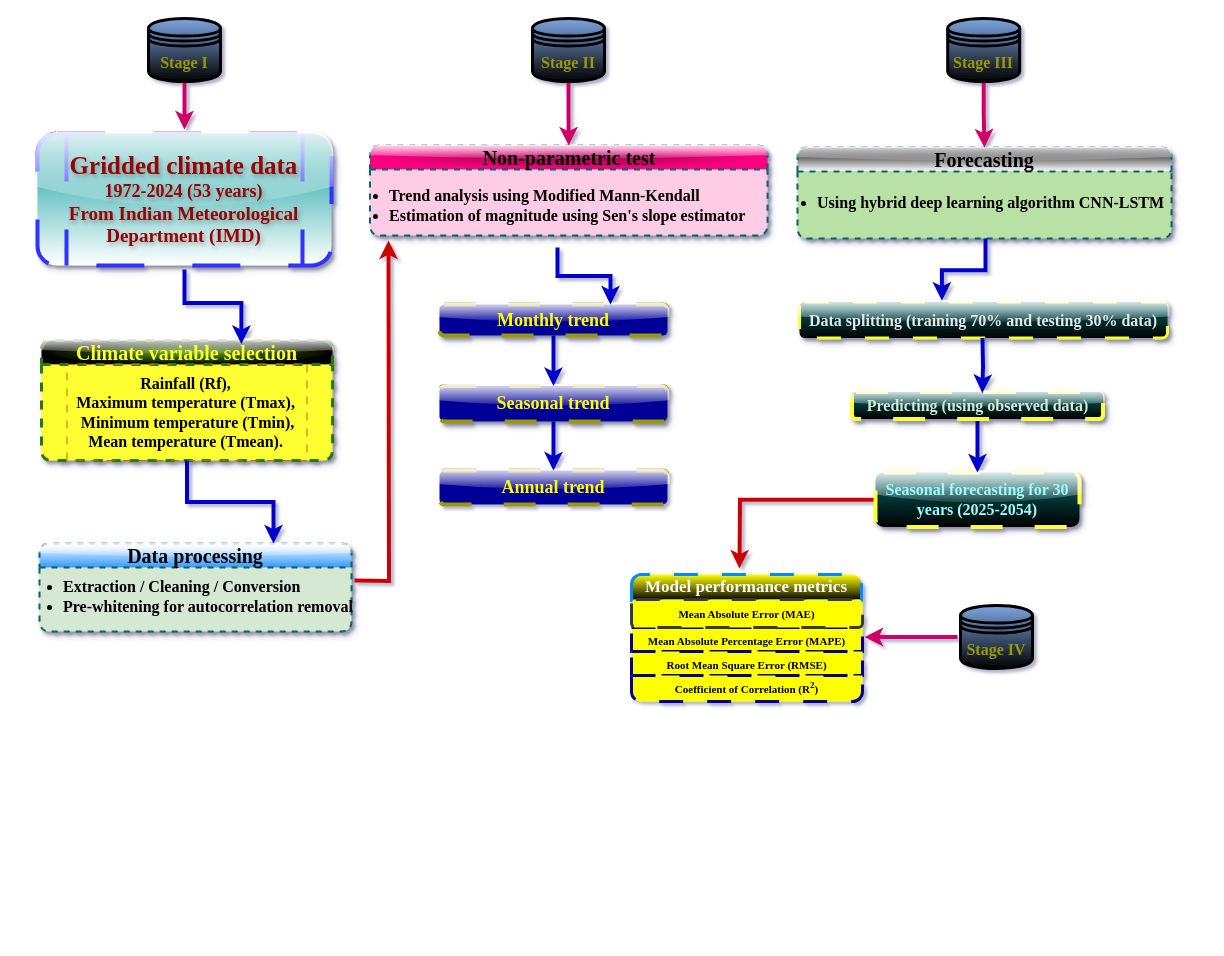
The draw.io diagram Untitled Diagram.drawio in Daawarb/Daawarb, before the edit. Source tidied: cells renumbered, new cells numbered last; positions are measured from the earlier drawing's top-left corner, leaving out a move shared by most shapes. Both pictures are drawn from the tidied source at 100%, with x=0, y=0 at pixel (21, 18).
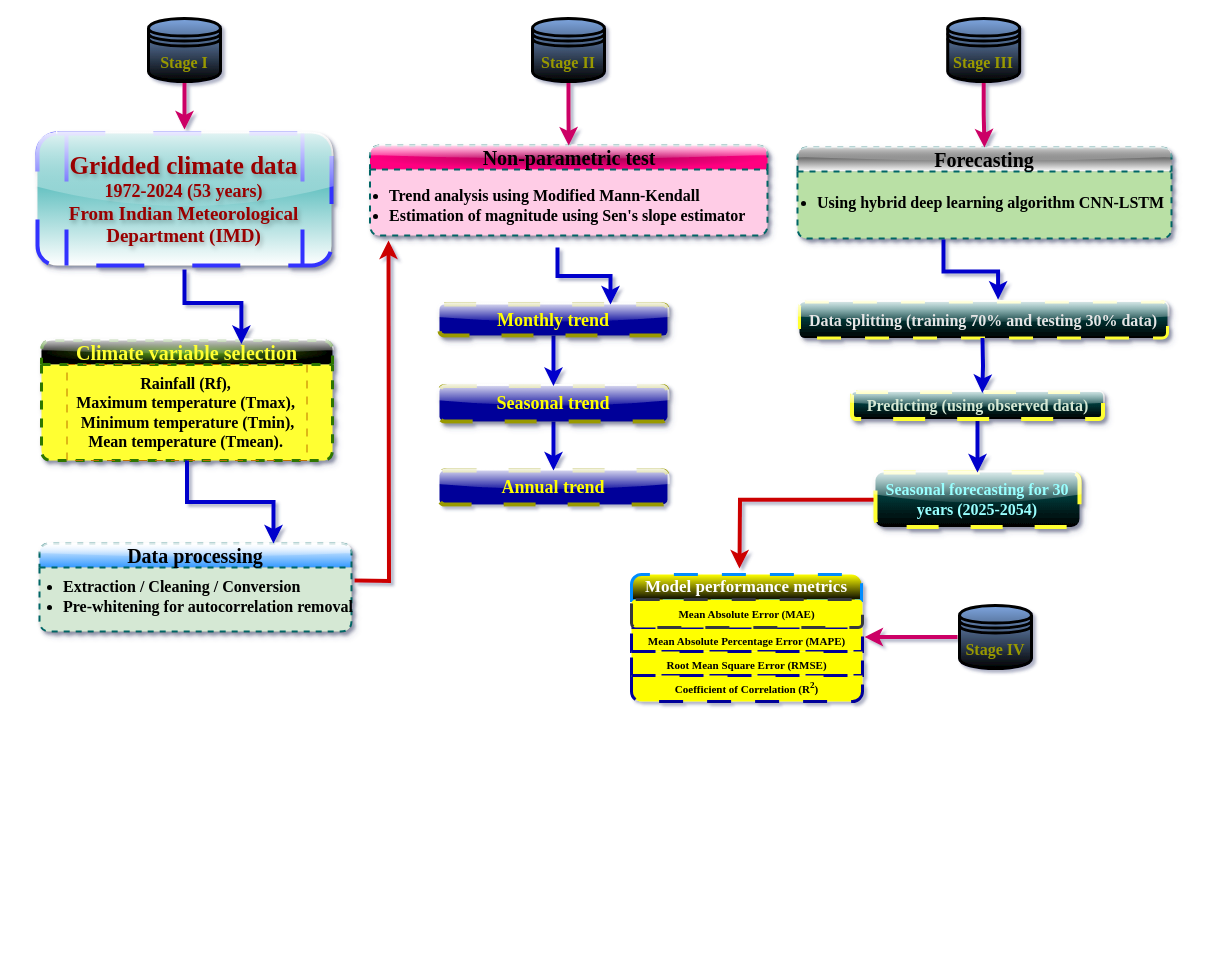
After the change.

Unchanged cells that the change refers to:
```xml
<mxCell id="19" value="&lt;ul&gt;&lt;li&gt;&lt;b style=&quot;&quot;&gt;&lt;font face=&quot;Garamond&quot;&gt;Using hybrid deep learning algorithm CNN-LSTM&lt;/font&gt;&lt;/b&gt;&lt;/li&gt;&lt;/ul&gt;" style="text;html=1;align=left;verticalAlign=middle;points=[];strokeColor=#FF66FF;fillColor=none;fontSize=16;strokeWidth=0;rounded=1;glass=1;shadow=1;dashed=1;sketch=1;curveFitting=1;jiggle=2;opacity=0;" parent="18" vertex="1">
  <mxGeometry x="-22" y="19" width="420" height="72" as="geometry" />
</mxCell>
<mxCell id="29" value="&lt;font style=&quot;color: rgb(230, 230, 230);&quot; face=&quot;Garamond&quot;&gt;&lt;span style=&quot;font-size: 16px;&quot;&gt;&lt;b style=&quot;&quot;&gt;Data splitting (training 70% and testing 30% data)&lt;/b&gt;&lt;/span&gt;&lt;/font&gt;" style="rounded=1;whiteSpace=wrap;html=1;fillColor=#006666;glass=1;dashed=1;dashPattern=8 8;strokeColor=#FFFF33;strokeWidth=3;shadow=1;gradientColor=default;" parent="1" vertex="1">
  <mxGeometry x="778" y="283.5" width="368" height="36" as="geometry" />
</mxCell>
```

Change to the diagram source:
```diff
@@
     <mxCell id="44" value="&lt;font face=&quot;Garamond&quot; style=&quot;font-size: 16px;&quot;&gt;&lt;b style=&quot;&quot;&gt;Stage IV&lt;/b&gt;&lt;/font&gt;" style="shape=datastore;whiteSpace=wrap;html=1;fillColor=#7EA6E0;gradientColor=default;fillStyle=auto;strokeWidth=3;shadow=0;fontColor=#999900;" parent="1" vertex="1">
-      <mxGeometry x="939" y="587" width="72" height="63" as="geometry" />
+      <mxGeometry x="938" y="587" width="72" height="63" as="geometry" />
     </mxCell>
@@
-    <mxCell id="49" style="edgeStyle=orthogonalEdgeStyle;rounded=0;jettySize=auto;html=1;entryX=0.387;entryY=-0.038;entryDx=0;entryDy=0;entryPerimeter=0;strokeColor=#0000CC;strokeWidth=4;" parent="1" edge="1" source="19" target="29">
-      <mxGeometry relative="1" as="geometry" />
+    <mxCell id="49" style="edgeStyle=orthogonalEdgeStyle;rounded=0;orthogonalLoop=1;jettySize=auto;html=1;entryX=0.67;entryY=-0.092;entryDx=0;entryDy=0;entryPerimeter=0;strokeColor=#0000CC;strokeWidth=4;" parent="1" edge="1">
+      <mxGeometry relative="1" as="geometry">
+        <mxPoint x="922" y="221" as="sourcePoint" />
+        <mxPoint x="976.6" y="281.2" as="targetPoint" />
+        <Array as="points">
+          <mxPoint x="922" y="253" />
+          <mxPoint x="977" y="253" />
+        </Array>
+      </mxGeometry>
     </mxCell>
```
